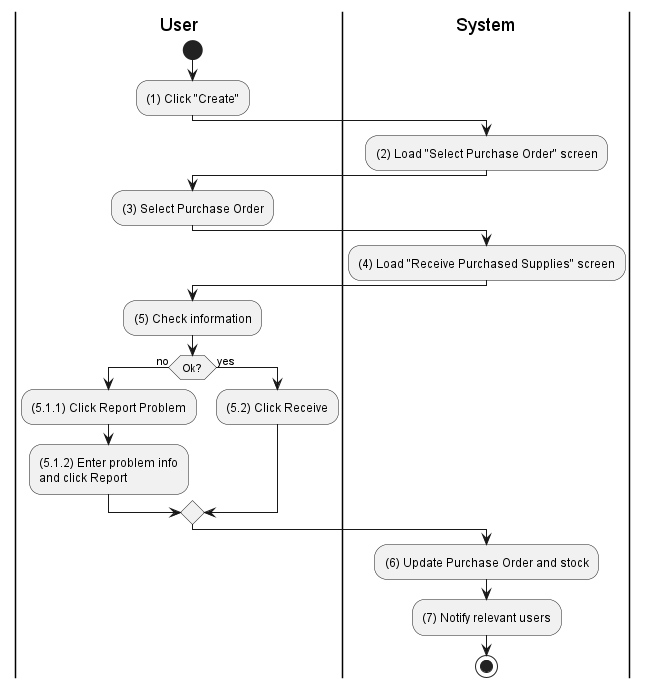
phihungha/scmss-reqs keeps this PlantUML diagram as activities/inventory-supply-receive.png. Above is the earlier version.
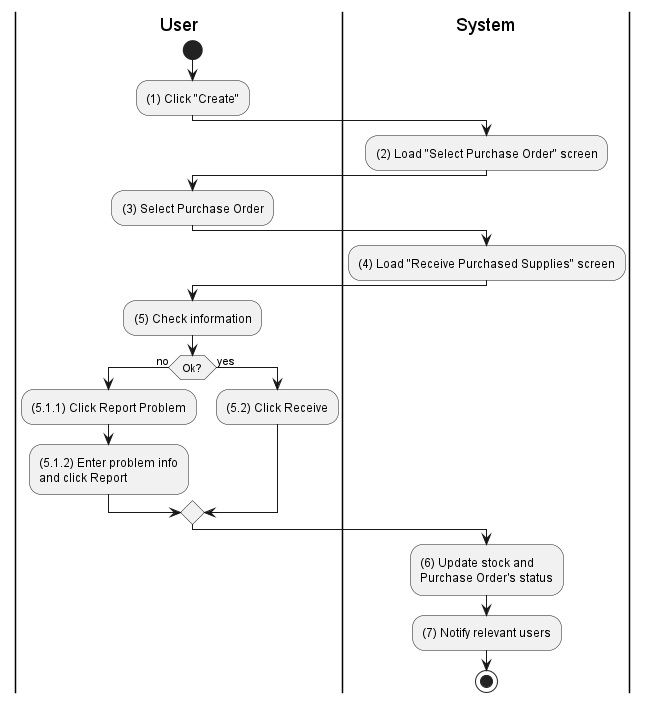
Above is the later version.

The edit, as a diff of the source:
```diff
@@ -28,7 +28,7 @@
 endif
 
 |s|
-:(6) Update Purchase Order and stock;
+:(6) Update stock and \nPurchase Order's status;
 :(7) Notify relevant users;
 stop
 @enduml
```
